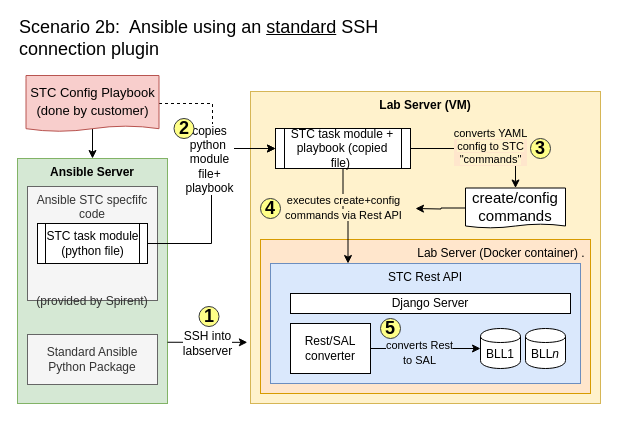
Earlier version of the draw.io diagram docs/sysdes.drawio (Spirent/stc-ansible). Source tidied: cells renumbered, new cells numbered last; positions are measured from the earlier drawing's top-left corner, leaving out a move shared by most shapes. Both pictures are drawn from the tidied source at 100%, with x=0, y=0 at pixel (17, 28).
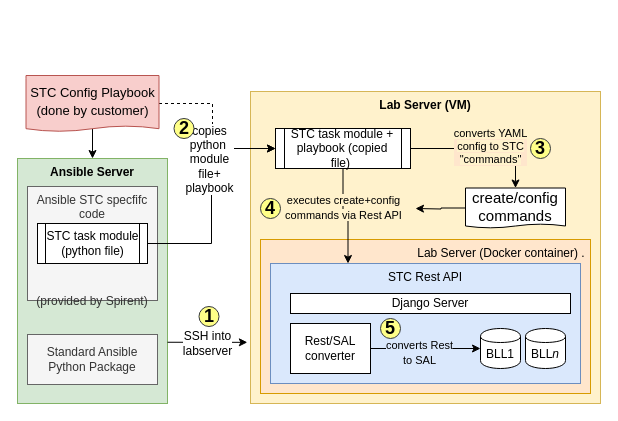
Above is the later version.

Change to the diagram source:
```diff
@@
-    <mxCell id="33" value="&lt;span style=&quot;font-weight: normal ; font-size: 18px&quot;&gt;Scenario 2b:&amp;nbsp; Ansible using an &lt;u&gt;standard&lt;/u&gt; SSH connection plugin&amp;nbsp;&lt;/span&gt;" style="text;html=1;strokeColor=none;fillColor=none;align=left;verticalAlign=middle;whiteSpace=wrap;rounded=0;labelBackgroundColor=none;fontFamily=Avenir Next Condensed;fontSize=18;fontStyle=1;" parent="1" vertex="1">
-      <mxGeometry width="419" height="20" as="geometry" />
-    </mxCell>
```
